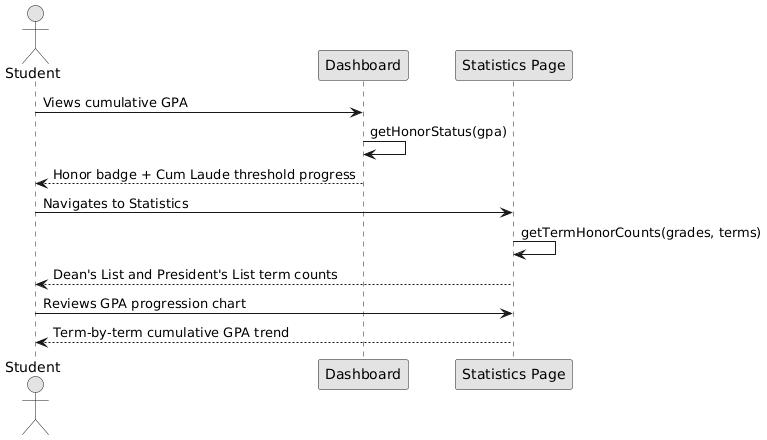
Before: docs/media/images/scenario-3.png, a diagram exported from PlantUML (Fernando-Pinto-Villarroel/gpa-calculator). Source of this version:
```plantuml
@startuml
skinparam monochrome true
skinparam shadowing false

actor Student
participant "Dashboard" as Home
participant "Statistics Page" as Stats

Student -> Home : Views cumulative GPA
Home -> Home : getHonorStatus(gpa)
Home --> Student : Honor badge + Cum Laude threshold progress
Student -> Stats : Navigates to Statistics
Stats -> Stats : getTermHonorCounts(grades, terms)
Stats --> Student : Dean's List and President's List term counts
Student -> Stats : Reviews GPA progression chart
Stats --> Student : Term-by-term cumulative GPA trend
@enduml
```
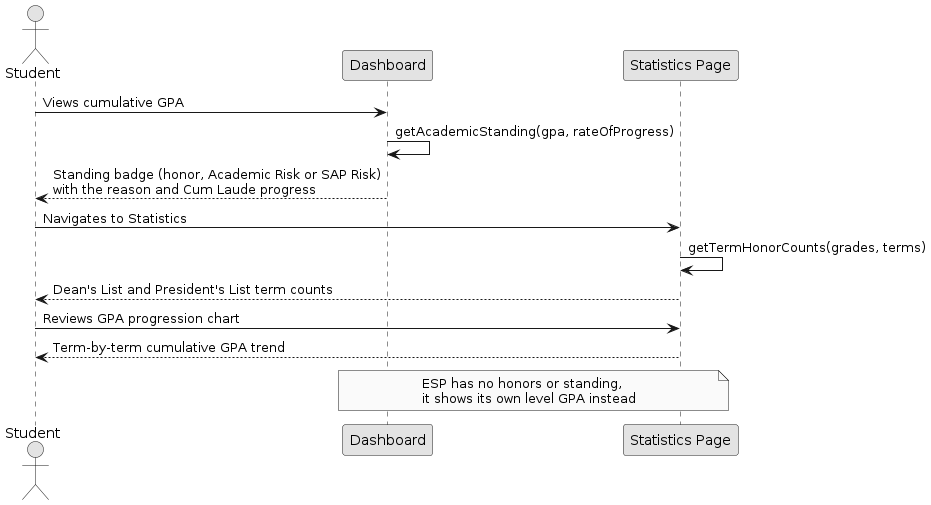
The same file after the commit.

Diff of the diagram source:
```diff
@@ -1,4 +1,4 @@
-@startuml
+@startuml scenario-3
 skinparam monochrome true
 skinparam shadowing false
 
@@ -7,11 +7,12 @@
 participant "Statistics Page" as Stats
 
 Student -> Home : Views cumulative GPA
-Home -> Home : getHonorStatus(gpa)
-Home --> Student : Honor badge + Cum Laude threshold progress
+Home -> Home : getAcademicStanding(gpa, rateOfProgress)
+Home --> Student : Standing badge (honor, Academic Risk or SAP Risk)\nwith the reason and Cum Laude progress
 Student -> Stats : Navigates to Statistics
 Stats -> Stats : getTermHonorCounts(grades, terms)
 Stats --> Student : Dean's List and President's List term counts
 Student -> Stats : Reviews GPA progression chart
 Stats --> Student : Term-by-term cumulative GPA trend
+note over Home, Stats : ESP has no honors or standing,\nit shows its own level GPA instead
 @enduml
```
